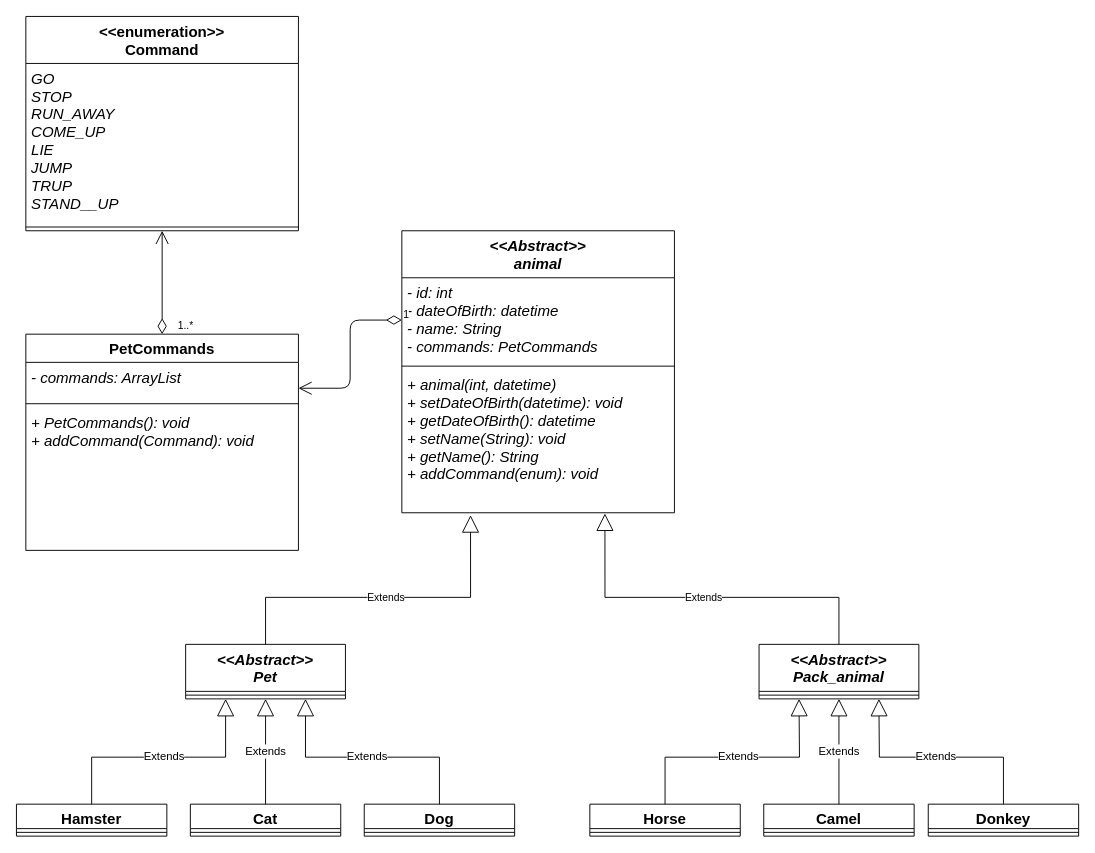
Fostix/nursery_accounting_system keeps this draw.io diagram as page "Page-1" (1 of 3) of diagram/animals_uml.drawio. Above is the earlier version. Source tidied: cells renumbered, new cells numbered last; positions are measured from the earlier drawing's top-left corner, leaving out a move shared by most shapes. Both pictures are drawn from the tidied source at 94%, with x=0, y=0 at pixel (16, 16).
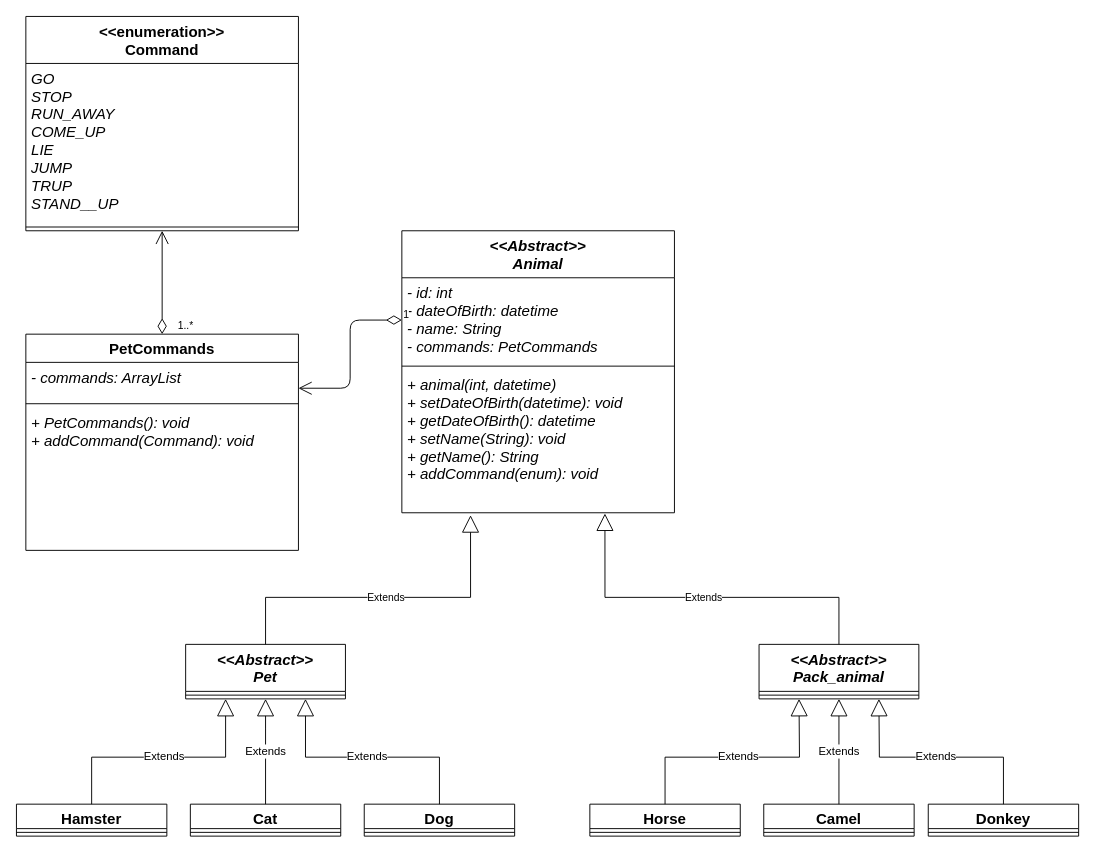
The same diagram, later.

What changed in the source:
```diff
@@
-    <mxCell id="23" value="&lt;&lt;Abstract&gt;&gt;&#10;animal" style="swimlane;fontStyle=3;align=center;verticalAlign=top;horizontal=1;startSize=50;fontSize=16;" parent="1" vertex="1">
+    <mxCell id="23" value="&lt;&lt;Abstract&gt;&gt;&#10;Animal" style="swimlane;fontStyle=3;align=center;verticalAlign=top;horizontal=1;startSize=50;fontSize=16;" parent="1" vertex="1">
       <mxGeometry x="410" y="228" width="290" height="300" as="geometry" />
     </mxCell>
```
